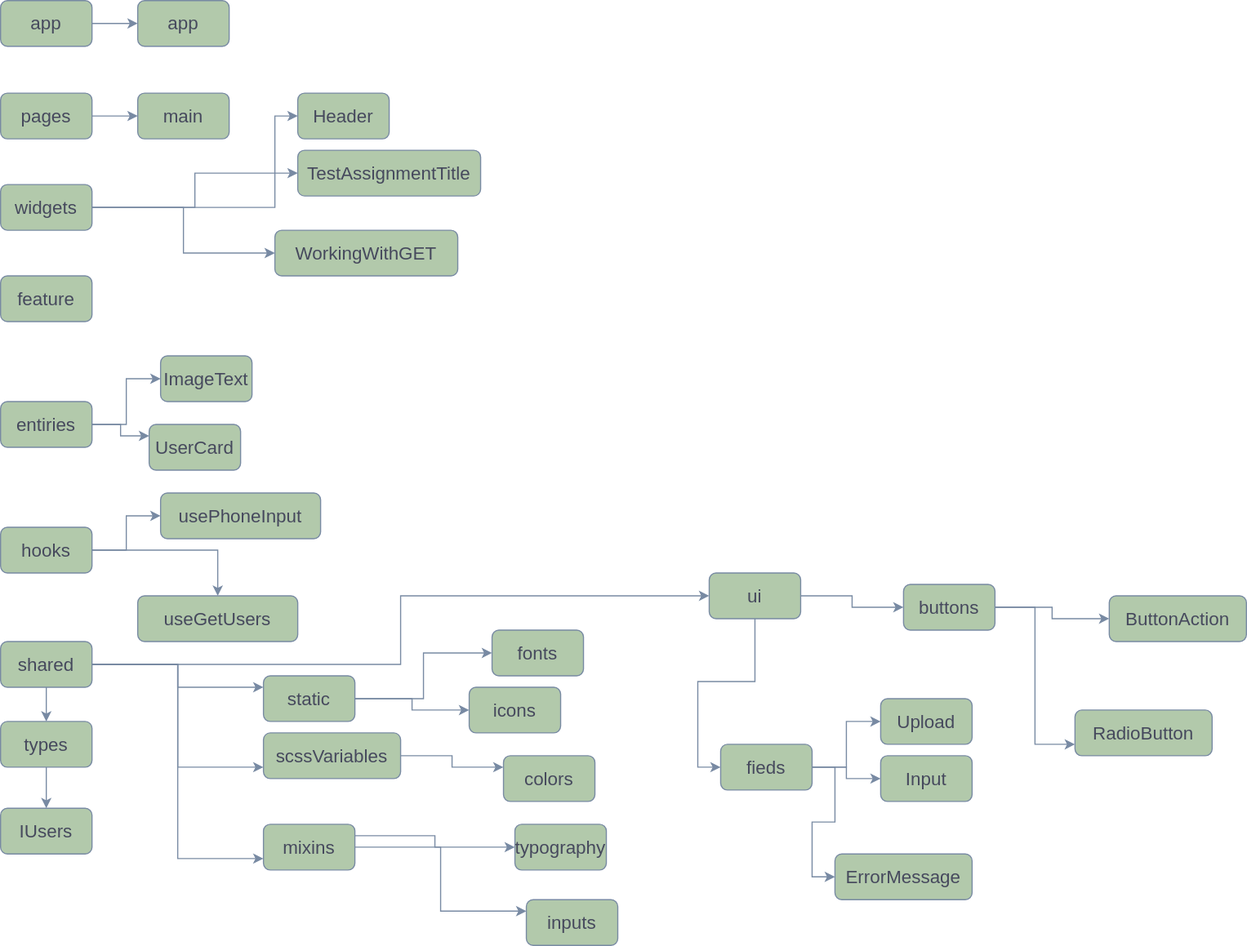
Shalind0r/React-Project keeps this draw.io diagram as ProjectStructure.drawio.svg. Above is the earlier version. Source tidied: cells renumbered, new cells last; positions are measured from the earlier drawing's top-left corner, leaving out a move shared by most shapes.
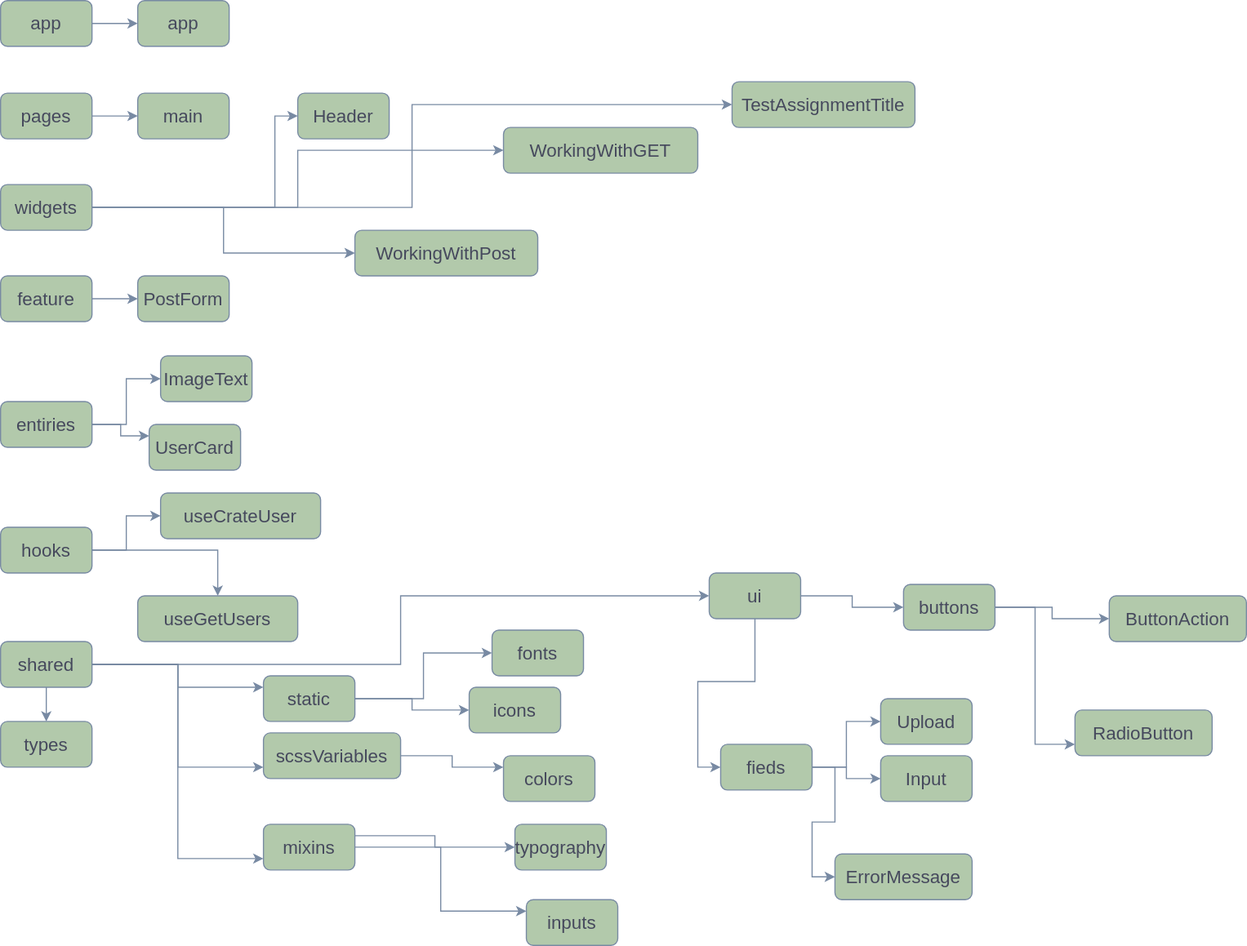
After the commit.

Diff of the diagram source:
```diff
@@ -28,6 +28,9 @@
     <mxCell id="8" style="edgeStyle=orthogonalEdgeStyle;rounded=0;jettySize=auto;html=1;entryX=0;entryY=0.5;entryDx=0;entryDy=0;labelBackgroundColor=none;strokeColor=#788AA3;fontColor=default;" parent="1" edge="1" source="9" target="63">
       <mxGeometry relative="1" as="geometry" />
     </mxCell>
+    <mxCell id="64" style="edgeStyle=orthogonalEdgeStyle;rounded=0;jettySize=auto;html=1;entryX=0;entryY=0.5;entryDx=0;entryDy=0;labelBackgroundColor=none;strokeColor=#788AA3;fontColor=default;" parent="1" edge="1" source="9" target="67">
+      <mxGeometry relative="1" as="geometry" />
+    </mxCell>
     <mxCell id="9" value="&lt;span style=&quot;font-size: 16px;&quot;&gt;widgets&lt;/span&gt;" style="html=1;whiteSpace=wrap;rounded=1;fontFamily=Helvetica;fontSize=16;labelBackgroundColor=none;fillColor=#B2C9AB;strokeColor=#788AA3;fontColor=#46495D;" parent="1" vertex="1">
       <mxGeometry y="161" width="80" height="40" as="geometry" />
     </mxCell>
@@ -40,6 +43,9 @@
     <mxCell id="12" value="&lt;font style=&quot;font-size: 16px;&quot;&gt;entiries&lt;/font&gt;" style="html=1;whiteSpace=wrap;rounded=1;fontFamily=Helvetica;fontSize=16;labelBackgroundColor=none;fillColor=#B2C9AB;strokeColor=#788AA3;fontColor=#46495D;" parent="1" vertex="1">
       <mxGeometry y="351" width="80" height="40" as="geometry" />
     </mxCell>
+    <mxCell id="65" style="edgeStyle=orthogonalEdgeStyle;rounded=0;jettySize=auto;html=1;labelBackgroundColor=none;strokeColor=#788AA3;fontColor=default;" parent="1" edge="1" source="13" target="66">
+      <mxGeometry relative="1" as="geometry" />
+    </mxCell>
     <mxCell id="13" value="&lt;span style=&quot;font-size: 16px;&quot;&gt;feature&lt;/span&gt;" style="html=1;whiteSpace=wrap;rounded=1;fontFamily=Helvetica;fontSize=16;labelBackgroundColor=none;fillColor=#B2C9AB;strokeColor=#788AA3;fontColor=#46495D;" parent="1" vertex="1">
       <mxGeometry y="241" width="80" height="40" as="geometry" />
     </mxCell>
@@ -151,7 +157,7 @@
     <mxCell id="49" value="&lt;font style=&quot;font-size: 16px;&quot;&gt;hooks&lt;/font&gt;" style="html=1;whiteSpace=wrap;rounded=1;fontFamily=Helvetica;fontSize=16;labelBackgroundColor=none;fillColor=#B2C9AB;strokeColor=#788AA3;fontColor=#46495D;" parent="1" vertex="1">
       <mxGeometry y="461" width="80" height="40" as="geometry" />
     </mxCell>
-    <mxCell id="50" value="&lt;font style=&quot;font-size: 16px;&quot;&gt;usePhoneInput&lt;/font&gt;" style="html=1;whiteSpace=wrap;rounded=1;fontFamily=Helvetica;fontSize=16;labelBackgroundColor=none;fillColor=#B2C9AB;strokeColor=#788AA3;fontColor=#46495D;" parent="1" vertex="1">
+    <mxCell id="50" value="&lt;font style=&quot;font-size: 16px;&quot;&gt;useCrateUser&lt;/font&gt;" style="html=1;whiteSpace=wrap;rounded=1;fontFamily=Helvetica;fontSize=16;labelBackgroundColor=none;fillColor=#B2C9AB;strokeColor=#788AA3;fontColor=#46495D;" parent="1" vertex="1">
       <mxGeometry x="140" y="431" width="140" height="40" as="geometry" />
     </mxCell>
     <mxCell id="51" value="Input&lt;br&gt;" style="html=1;whiteSpace=wrap;rounded=1;fontFamily=Helvetica;fontSize=16;labelBackgroundColor=none;fillColor=#B2C9AB;strokeColor=#788AA3;fontColor=#46495D;" parent="1" vertex="1">
@@ -167,20 +173,14 @@
       <mxGeometry x="260" y="81" width="80" height="40" as="geometry" />
     </mxCell>
     <mxCell id="55" value="TestAssignmentTitle" style="html=1;whiteSpace=wrap;rounded=1;fontFamily=Helvetica;fontSize=16;labelBackgroundColor=none;fillColor=#B2C9AB;strokeColor=#788AA3;fontColor=#46495D;" parent="1" vertex="1">
-      <mxGeometry x="260" y="131" width="160" height="40" as="geometry" />
+      <mxGeometry x="640" y="71" width="160" height="40" as="geometry" />
     </mxCell>
     <mxCell id="56" value="&lt;font style=&quot;font-size: 16px;&quot;&gt;ImageText&lt;/font&gt;" style="html=1;whiteSpace=wrap;rounded=1;fontFamily=Helvetica;fontSize=16;labelBackgroundColor=none;fillColor=#B2C9AB;strokeColor=#788AA3;fontColor=#46495D;" parent="1" vertex="1">
       <mxGeometry x="140" y="311" width="80" height="40" as="geometry" />
     </mxCell>
-    <mxCell id="57" style="edgeStyle=orthogonalEdgeStyle;rounded=0;jettySize=auto;html=1;strokeColor=#788AA3;fontColor=default;fillColor=#B2C9AB;labelBackgroundColor=none;" parent="1" edge="1" source="58" target="59">
-      <mxGeometry relative="1" as="geometry" />
-    </mxCell>
     <mxCell id="58" value="&lt;font style=&quot;font-size: 16px;&quot;&gt;types&lt;/font&gt;" style="html=1;whiteSpace=wrap;rounded=1;fontFamily=Helvetica;fontSize=16;labelBackgroundColor=none;fillColor=#B2C9AB;strokeColor=#788AA3;fontColor=#46495D;" parent="1" vertex="1">
       <mxGeometry y="631" width="80" height="40" as="geometry" />
     </mxCell>
-    <mxCell id="59" value="&lt;font style=&quot;font-size: 16px;&quot;&gt;IUsers&lt;/font&gt;" style="html=1;whiteSpace=wrap;rounded=1;fontFamily=Helvetica;fontSize=16;labelBackgroundColor=none;fillColor=#B2C9AB;strokeColor=#788AA3;fontColor=#46495D;" parent="1" vertex="1">
-      <mxGeometry y="707" width="80" height="40" as="geometry" />
-    </mxCell>
     <mxCell id="60" value="&lt;font style=&quot;font-size: 16px;&quot;&gt;useGetUsers&lt;/font&gt;" style="html=1;whiteSpace=wrap;rounded=1;fontFamily=Helvetica;fontSize=16;labelBackgroundColor=none;fillColor=#B2C9AB;strokeColor=#788AA3;fontColor=#46495D;" parent="1" vertex="1">
       <mxGeometry x="120" y="521" width="140" height="40" as="geometry" />
     </mxCell>
@@ -191,7 +191,13 @@
       <mxGeometry relative="1" as="geometry" />
     </mxCell>
     <mxCell id="63" value="WorkingWithGET" style="html=1;whiteSpace=wrap;rounded=1;fontFamily=Helvetica;fontSize=16;labelBackgroundColor=none;fillColor=#B2C9AB;strokeColor=#788AA3;fontColor=#46495D;" parent="1" vertex="1">
-      <mxGeometry x="240" y="201" width="160" height="40" as="geometry" />
+      <mxGeometry x="440" y="111" width="170" height="40" as="geometry" />
     </mxCell>
+    <mxCell id="66" value="PostForm" style="html=1;whiteSpace=wrap;rounded=1;fontFamily=Helvetica;fontSize=16;labelBackgroundColor=none;fillColor=#B2C9AB;strokeColor=#788AA3;fontColor=#46495D;" parent="1" vertex="1">
+      <mxGeometry x="120" y="241" width="80" height="40" as="geometry" />
+    </mxCell>
+    <mxCell id="67" value="WorkingWithPost" style="html=1;whiteSpace=wrap;rounded=1;fontFamily=Helvetica;fontSize=16;labelBackgroundColor=none;fillColor=#B2C9AB;strokeColor=#788AA3;fontColor=#46495D;" parent="1" vertex="1">
+      <mxGeometry x="310" y="201" width="160" height="40" as="geometry" />
+    </mxCell>
   </root>
 </mxGraphModel>
```
